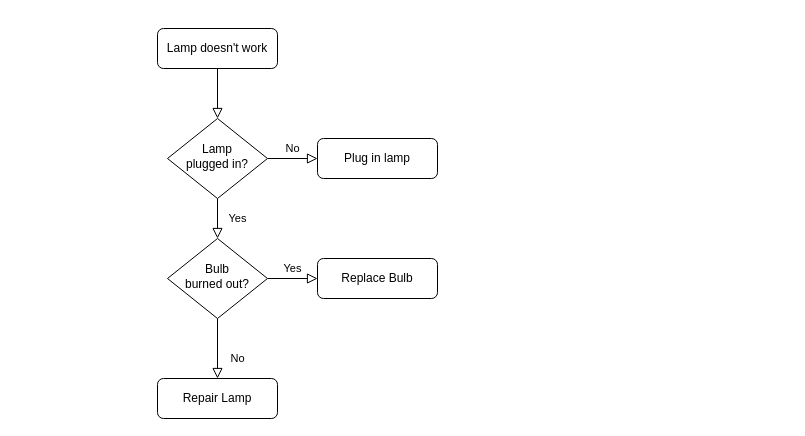
The draw.io diagram FTC-AULA8.drawio in vivianebuge/study_ds_comunidade, before the edit. Source tidied: cells renumbered, new cells numbered last; positions are measured from the earlier drawing's top-left corner, leaving out a move shared by most shapes. Both pictures are drawn from the tidied source at 100%, with x=0, y=0 at pixel (157, 28).
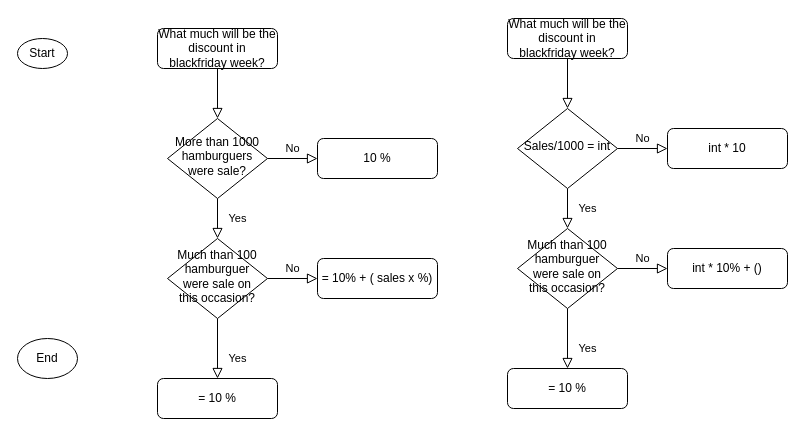
After the change.

What changed in the source:
```diff
@@
-    <mxCell id="3" value="Lamp doesn't work" style="rounded=1;whiteSpace=wrap;html=1;fontSize=12;glass=0;strokeWidth=1;shadow=0;" parent="1" vertex="1">
+    <mxCell id="3" value="What much will be the discount in blackfriday week?" style="rounded=1;whiteSpace=wrap;html=1;fontSize=12;glass=0;strokeWidth=1;shadow=0;" parent="1" vertex="1">
       <mxGeometry width="120" height="40" as="geometry" />
     </mxCell>
@@
-    <mxCell id="6" value="Lamp&lt;br&gt;plugged in?" style="rhombus;whiteSpace=wrap;html=1;shadow=0;fontFamily=Helvetica;fontSize=12;align=center;strokeWidth=1;spacing=6;spacingTop=-4;" parent="1" vertex="1">
+    <mxCell id="6" value="More than 1000 hamburguers were sale?" style="rhombus;whiteSpace=wrap;html=1;shadow=0;fontFamily=Helvetica;fontSize=12;align=center;strokeWidth=1;spacing=6;spacingTop=-4;" parent="1" vertex="1">
       <mxGeometry x="10" y="90" width="100" height="80" as="geometry" />
     </mxCell>
-    <mxCell id="7" value="Plug in lamp" style="rounded=1;whiteSpace=wrap;html=1;fontSize=12;glass=0;strokeWidth=1;shadow=0;" parent="1" vertex="1">
+    <mxCell id="7" value="10 %" style="rounded=1;whiteSpace=wrap;html=1;fontSize=12;glass=0;strokeWidth=1;shadow=0;" parent="1" vertex="1">
       <mxGeometry x="160" y="110" width="120" height="40" as="geometry" />
     </mxCell>
-    <mxCell id="8" value="No" style="rounded=0;html=1;jettySize=auto;fontSize=11;endArrow=block;endFill=0;endSize=8;strokeWidth=1;shadow=0;labelBackgroundColor=none;edgeStyle=orthogonalEdgeStyle;" parent="1" edge="1" source="10" target="11">
+    <mxCell id="8" value="Yes" style="rounded=0;html=1;jettySize=auto;fontSize=11;endArrow=block;endFill=0;endSize=8;strokeWidth=1;shadow=0;labelBackgroundColor=none;edgeStyle=orthogonalEdgeStyle;" parent="1" edge="1" source="10" target="11">
       <mxGeometry x="0.33" y="20" relative="1" as="geometry" />
     </mxCell>
-    <mxCell id="9" value="Yes" style="edgeStyle=orthogonalEdgeStyle;rounded=0;html=1;jettySize=auto;fontSize=11;endArrow=block;endFill=0;endSize=8;strokeWidth=1;shadow=0;labelBackgroundColor=none;" parent="1" edge="1" source="10" target="12">
+    <mxCell id="9" value="No" style="edgeStyle=orthogonalEdgeStyle;rounded=0;html=1;jettySize=auto;fontSize=11;endArrow=block;endFill=0;endSize=8;strokeWidth=1;shadow=0;labelBackgroundColor=none;" parent="1" edge="1" source="10" target="12">
       <mxGeometry y="10" relative="1" as="geometry" />
     </mxCell>
-    <mxCell id="10" value="Bulb&lt;br&gt;burned out?" style="rhombus;whiteSpace=wrap;html=1;shadow=0;fontFamily=Helvetica;fontSize=12;align=center;strokeWidth=1;spacing=6;spacingTop=-4;" parent="1" vertex="1">
+    <mxCell id="10" value="Much than 100 hamburguer were sale on this occasion?" style="rhombus;whiteSpace=wrap;html=1;shadow=0;fontFamily=Helvetica;fontSize=12;align=center;strokeWidth=1;spacing=6;spacingTop=-4;" parent="1" vertex="1">
       <mxGeometry x="10" y="210" width="100" height="80" as="geometry" />
     </mxCell>
-    <mxCell id="11" value="Repair Lamp" style="rounded=1;whiteSpace=wrap;html=1;fontSize=12;glass=0;strokeWidth=1;shadow=0;" parent="1" vertex="1">
+    <mxCell id="11" value="= 10 %" style="rounded=1;whiteSpace=wrap;html=1;fontSize=12;glass=0;strokeWidth=1;shadow=0;" parent="1" vertex="1">
       <mxGeometry y="350" width="120" height="40" as="geometry" />
     </mxCell>
-    <mxCell id="12" value="Replace Bulb" style="rounded=1;whiteSpace=wrap;html=1;fontSize=12;glass=0;strokeWidth=1;shadow=0;" parent="1" vertex="1">
+    <mxCell id="12" value="= 10% + ( sales x %)" style="rounded=1;whiteSpace=wrap;html=1;fontSize=12;glass=0;strokeWidth=1;shadow=0;" parent="1" vertex="1">
       <mxGeometry x="160" y="230" width="120" height="40" as="geometry" />
     </mxCell>
+    <mxCell id="13" value="Start" style="ellipse;whiteSpace=wrap;html=1;" parent="1" vertex="1">
+      <mxGeometry x="-140" y="10" width="50" height="30" as="geometry" />
+    </mxCell>
+    <mxCell id="14" value="End" style="ellipse;whiteSpace=wrap;html=1;" parent="1" vertex="1">
+      <mxGeometry x="-140" y="310" width="60" height="40" as="geometry" />
+    </mxCell>
+    <mxCell id="15" style="rounded=0;html=1;jettySize=auto;fontSize=11;endArrow=block;endFill=0;endSize=8;strokeWidth=1;shadow=0;labelBackgroundColor=none;edgeStyle=orthogonalEdgeStyle;" parent="1" edge="1" source="16" target="19">
+      <mxGeometry relative="1" as="geometry" />
+    </mxCell>
+    <mxCell id="16" value="What much will be the discount in blackfriday week?" style="rounded=1;whiteSpace=wrap;html=1;fontSize=12;glass=0;strokeWidth=1;shadow=0;" parent="1" vertex="1">
+      <mxGeometry x="350" y="-10" width="120" height="40" as="geometry" />
+    </mxCell>
+    <mxCell id="17" value="Yes" style="rounded=0;html=1;jettySize=auto;fontSize=11;endArrow=block;endFill=0;endSize=8;strokeWidth=1;shadow=0;labelBackgroundColor=none;edgeStyle=orthogonalEdgeStyle;" parent="1" edge="1" source="19" target="23">
+      <mxGeometry y="20" relative="1" as="geometry" />
+    </mxCell>
+    <mxCell id="18" value="No" style="edgeStyle=orthogonalEdgeStyle;rounded=0;html=1;jettySize=auto;fontSize=11;endArrow=block;endFill=0;endSize=8;strokeWidth=1;shadow=0;labelBackgroundColor=none;" parent="1" edge="1" source="19" target="20">
+      <mxGeometry y="10" relative="1" as="geometry" />
+    </mxCell>
+    <mxCell id="19" value="Sales/1000 = int" style="rhombus;whiteSpace=wrap;html=1;shadow=0;fontFamily=Helvetica;fontSize=12;align=center;strokeWidth=1;spacing=6;spacingTop=-4;" parent="1" vertex="1">
+      <mxGeometry x="360" y="80" width="100" height="80" as="geometry" />
+    </mxCell>
+    <mxCell id="20" value="int * 10" style="rounded=1;whiteSpace=wrap;html=1;fontSize=12;glass=0;strokeWidth=1;shadow=0;" parent="1" vertex="1">
+      <mxGeometry x="510" y="100" width="120" height="40" as="geometry" />
+    </mxCell>
+    <mxCell id="21" value="Yes" style="rounded=0;html=1;jettySize=auto;fontSize=11;endArrow=block;endFill=0;endSize=8;strokeWidth=1;shadow=0;labelBackgroundColor=none;edgeStyle=orthogonalEdgeStyle;" parent="1" edge="1" source="23" target="24">
+      <mxGeometry x="0.33" y="20" relative="1" as="geometry" />
+    </mxCell>
+    <mxCell id="22" value="No" style="edgeStyle=orthogonalEdgeStyle;rounded=0;html=1;jettySize=auto;fontSize=11;endArrow=block;endFill=0;endSize=8;strokeWidth=1;shadow=0;labelBackgroundColor=none;" parent="1" edge="1" source="23" target="25">
+      <mxGeometry y="10" relative="1" as="geometry" />
+    </mxCell>
+    <mxCell id="23" value="Much than 100 hamburguer were sale on this occasion?" style="rhombus;whiteSpace=wrap;html=1;shadow=0;fontFamily=Helvetica;fontSize=12;align=center;strokeWidth=1;spacing=6;spacingTop=-4;" parent="1" vertex="1">
+      <mxGeometry x="360" y="200" width="100" height="80" as="geometry" />
+    </mxCell>
+    <mxCell id="24" value="= 10 %" style="rounded=1;whiteSpace=wrap;html=1;fontSize=12;glass=0;strokeWidth=1;shadow=0;" parent="1" vertex="1">
+      <mxGeometry x="350" y="340" width="120" height="40" as="geometry" />
+    </mxCell>
+    <mxCell id="25" value="int * 10% + ()" style="rounded=1;whiteSpace=wrap;html=1;fontSize=12;glass=0;strokeWidth=1;shadow=0;" parent="1" vertex="1">
+      <mxGeometry x="510" y="220" width="120" height="40" as="geometry" />
+    </mxCell>
```
